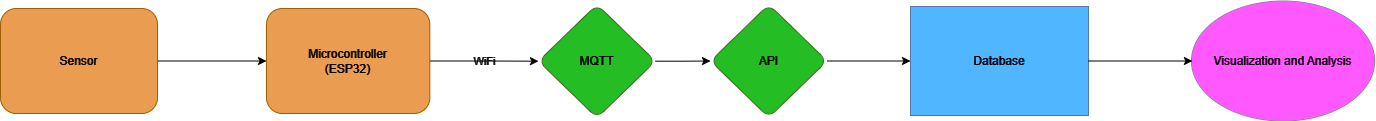
Above: images/flow.png in j-kulp/portfolio (draw.io), before the change. Source tidied: cells renumbered, new cells last; positions are measured from the earlier drawing's top-left corner, leaving out a move shared by most shapes.
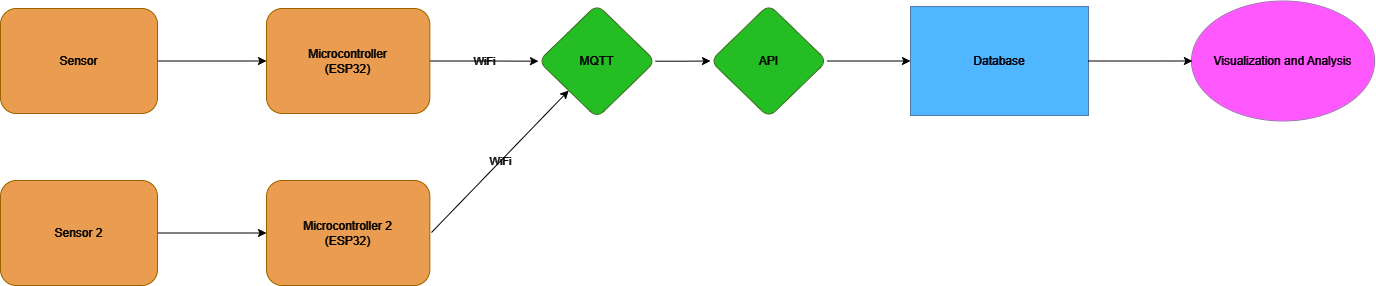
The same diagram one commit later.

The edit, as a diff of the source:
```diff
@@ -40,5 +40,22 @@
     <mxCell id="13" style="edgeStyle=orthogonalEdgeStyle;rounded=0;jettySize=auto;html=1;entryX=0.005;entryY=0.5;entryDx=0;entryDy=0;entryPerimeter=0;fontColor=#FFFFFF;strokeColor=#FFFFFF;" parent="1" edge="1" source="7" target="10">
       <mxGeometry relative="1" as="geometry" />
     </mxCell>
+    <mxCell id="14" style="edgeStyle=orthogonalEdgeStyle;rounded=0;jettySize=auto;html=1;entryX=0;entryY=0.5;entryDx=0;entryDy=0;strokeColor=#FFFFFF;fontColor=#FFFFFF;" parent="1" edge="1" source="15" target="16">
+      <mxGeometry relative="1" as="geometry" />
+    </mxCell>
+    <mxCell id="15" value="Sensor 2" style="rounded=1;whiteSpace=wrap;html=1;fillColor=#994C00;strokeColor=#d79b00;fontColor=#FFFFFF;" parent="1" vertex="1">
+      <mxGeometry y="179" width="157" height="105" as="geometry" />
+    </mxCell>
+    <mxCell id="16" value="Microcontroller 2&lt;div&gt;(ESP32)&lt;/div&gt;" style="whiteSpace=wrap;html=1;rounded=1;fillColor=#994C00;strokeColor=#d79b00;fontColor=#FFFFFF;" parent="1" vertex="1">
+      <mxGeometry x="266" y="179" width="163.3" height="105" as="geometry" />
+    </mxCell>
+    <mxCell id="17" style="endArrow=classic;html=1;rounded=0;strokeColor=#FFFFFF;" parent="1" edge="1" target="9">
+      <mxGeometry relative="1" as="geometry">
+        <mxPoint x="431" y="231" as="sourcePoint" />
+      </mxGeometry>
+    </mxCell>
+    <mxCell id="18" value="WiFi" style="edgeLabel;html=1;align=center;verticalAlign=middle;labelBackgroundColor=none;fontColor=#FFFFFF;" parent="17" vertex="1">
+      <mxGeometry relative="1" as="geometry" />
+    </mxCell>
   </root>
 </mxGraphModel>
```
